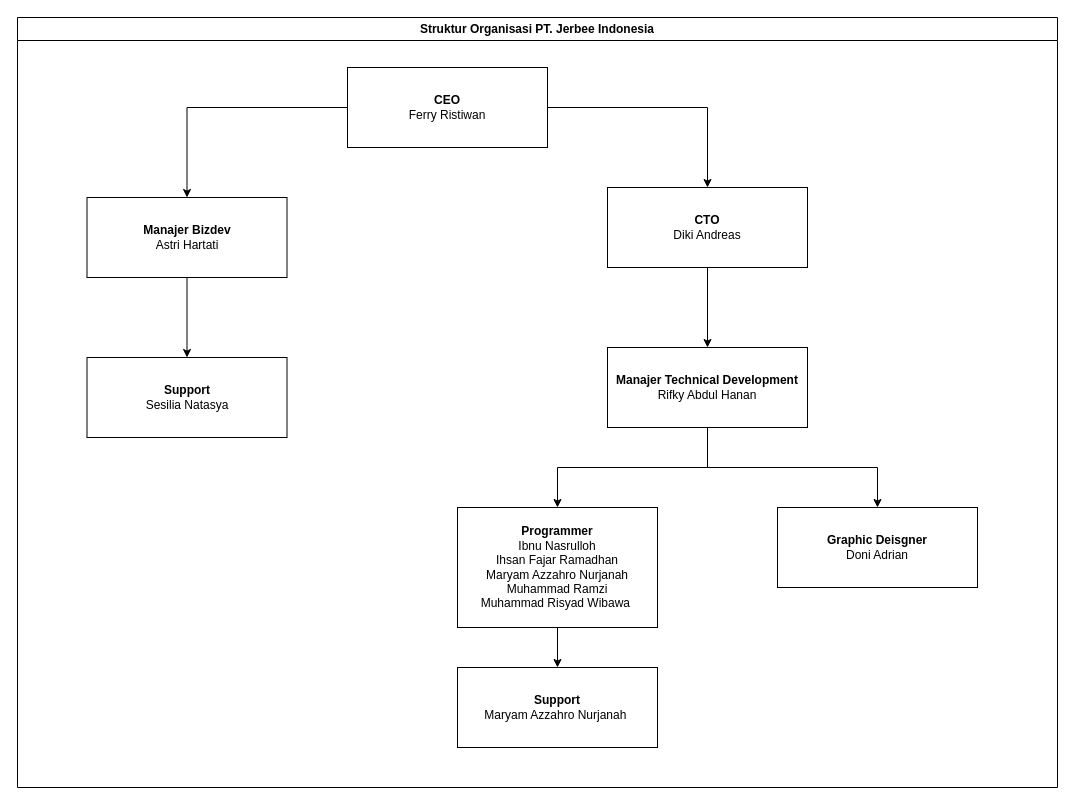
The draw.io diagram Untitled Diagram.drawio in lilin-blip/lilin-blip, before the edit. Source tidied: cells renumbered, new cells numbered last; positions are measured from the earlier drawing's top-left corner, leaving out a move shared by most shapes. Both pictures are drawn from the tidied source at 100%, with x=0, y=0 at pixel (17, 17).
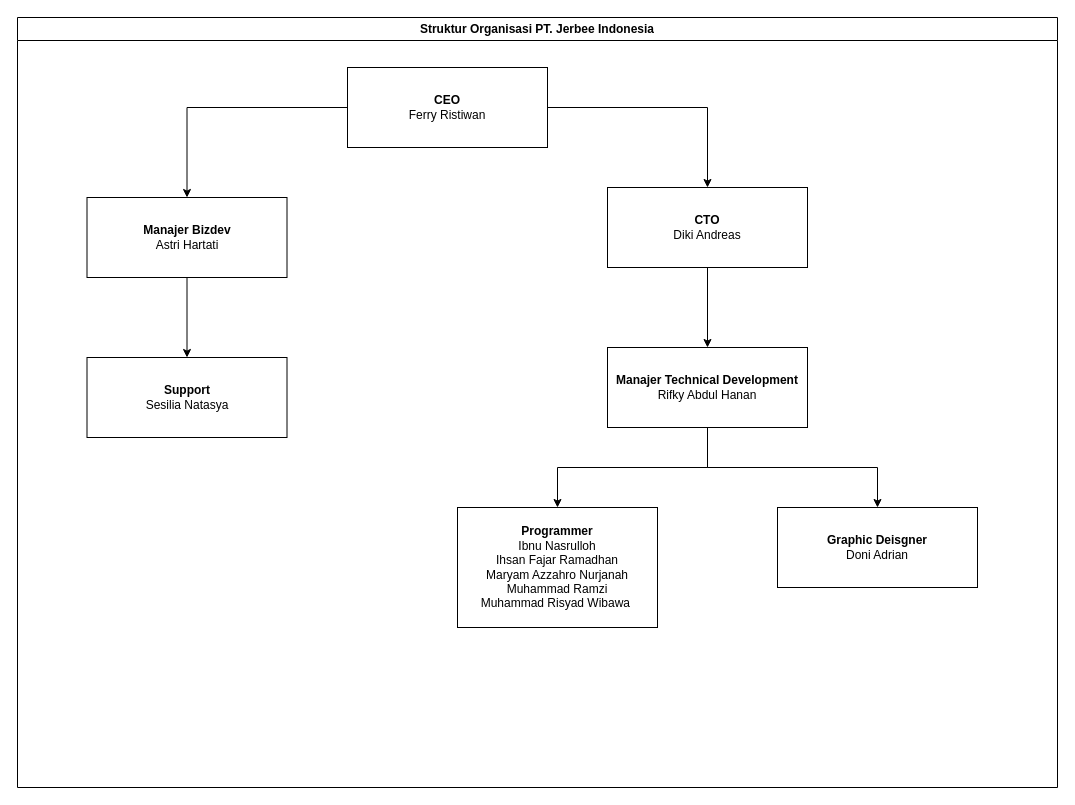
After the change.

Diff of the diagram source:
```diff
@@
 <mxGraphModel>
   <root>
     <mxCell id="0" />
     <mxCell id="1" parent="0" />
     <mxCell id="2" value="Struktur Organisasi PT. Jerbee Indonesia" style="swimlane;whiteSpace=wrap;html=1;swimlaneFillColor=#FFFFFF;" parent="1" vertex="1">
       <mxGeometry width="1040" height="770" as="geometry" />
     </mxCell>
     <mxCell id="3" style="edgeStyle=orthogonalEdgeStyle;rounded=0;jettySize=auto;html=1;" parent="2" edge="1" source="5" target="7">
       <mxGeometry relative="1" as="geometry" />
     </mxCell>
     <mxCell id="4" style="edgeStyle=orthogonalEdgeStyle;rounded=0;jettySize=auto;html=1;" parent="2" edge="1" source="5" target="10">
       <mxGeometry relative="1" as="geometry" />
     </mxCell>
     <mxCell id="5" value="&lt;b&gt;CEO&lt;/b&gt;&lt;div&gt;Ferry Ristiwan&lt;/div&gt;" style="rounded=0;whiteSpace=wrap;html=1;" parent="2" vertex="1">
       <mxGeometry x="330" y="50" width="200" height="80" as="geometry" />
     </mxCell>
     <mxCell id="6" style="edgeStyle=orthogonalEdgeStyle;rounded=0;jettySize=auto;html=1;" parent="2" edge="1" source="7" target="8">
       <mxGeometry relative="1" as="geometry" />
     </mxCell>
     <mxCell id="7" value="&lt;b&gt;Manajer Bizdev&lt;/b&gt;&lt;div&gt;Astri Hartati&lt;/div&gt;" style="rounded=0;whiteSpace=wrap;html=1;" parent="2" vertex="1">
       <mxGeometry x="69.5" y="180" width="200" height="80" as="geometry" />
     </mxCell>
     <mxCell id="8" value="&lt;b&gt;Support&lt;/b&gt;&lt;div&gt;Sesilia Natasya&lt;/div&gt;" style="rounded=0;whiteSpace=wrap;html=1;" parent="2" vertex="1">
       <mxGeometry x="69.5" y="340" width="200" height="80" as="geometry" />
     </mxCell>
     <mxCell id="9" style="edgeStyle=orthogonalEdgeStyle;rounded=0;jettySize=auto;html=1;" parent="2" edge="1" source="10" target="13">
       <mxGeometry relative="1" as="geometry" />
     </mxCell>
     <mxCell id="10" value="&lt;b&gt;CTO&lt;/b&gt;&lt;div&gt;Diki Andreas&lt;/div&gt;" style="rounded=0;whiteSpace=wrap;html=1;" parent="2" vertex="1">
       <mxGeometry x="590" y="170" width="200" height="80" as="geometry" />
     </mxCell>
     <mxCell id="11" style="edgeStyle=orthogonalEdgeStyle;rounded=0;jettySize=auto;html=1;" parent="2" edge="1" source="13" target="15">
       <mxGeometry relative="1" as="geometry" />
     </mxCell>
     <mxCell id="12" style="edgeStyle=orthogonalEdgeStyle;rounded=0;jettySize=auto;html=1;" parent="2" edge="1" source="13" target="16">
       <mxGeometry relative="1" as="geometry" />
     </mxCell>
     <mxCell id="13" value="&lt;b&gt;Manajer Technical Development&lt;/b&gt;&lt;div&gt;Rifky Abdul Hanan&lt;/div&gt;" style="rounded=0;whiteSpace=wrap;html=1;" parent="2" vertex="1">
       <mxGeometry x="590" y="330" width="200" height="80" as="geometry" />
     </mxCell>
-    <mxCell id="14" style="edgeStyle=orthogonalEdgeStyle;rounded=0;jettySize=auto;html=1;" parent="2" edge="1" source="15" target="17">
-      <mxGeometry relative="1" as="geometry" />
-    </mxCell>
     <mxCell id="15" value="&lt;b&gt;Programmer&lt;/b&gt;&lt;div&gt;Ibnu Nasrulloh&lt;/div&gt;&lt;div&gt;Ihsan Fajar Ramadhan&lt;/div&gt;&lt;div&gt;Maryam Azzahro Nurjanah&lt;/div&gt;&lt;div&gt;Muhammad Ramzi&lt;/div&gt;&lt;div&gt;Muhammad Risyad Wibawa&amp;nbsp;&lt;/div&gt;" style="rounded=0;whiteSpace=wrap;html=1;" parent="2" vertex="1">
       <mxGeometry x="440" y="490" width="200" height="120" as="geometry" />
     </mxCell>
     <mxCell id="16" value="&lt;b&gt;Graphic Deisgner&lt;/b&gt;&lt;div&gt;Doni Adrian&lt;/div&gt;" style="rounded=0;whiteSpace=wrap;html=1;" parent="2" vertex="1">
       <mxGeometry x="760" y="490" width="200" height="80" as="geometry" />
     </mxCell>
-    <mxCell id="17" value="&lt;b&gt;Support&lt;/b&gt;&lt;div&gt;&lt;span style=&quot;background-color: transparent; color: light-dark(rgb(0, 0, 0), rgb(255, 255, 255));&quot;&gt;Maryam Azzahro Nurjanah&amp;nbsp;&lt;/span&gt;&lt;/div&gt;" style="rounded=0;whiteSpace=wrap;html=1;" parent="2" vertex="1">
-      <mxGeometry x="440" y="650" width="200" height="80" as="geometry" />
-    </mxCell>
   </root>
 </mxGraphModel>
```
